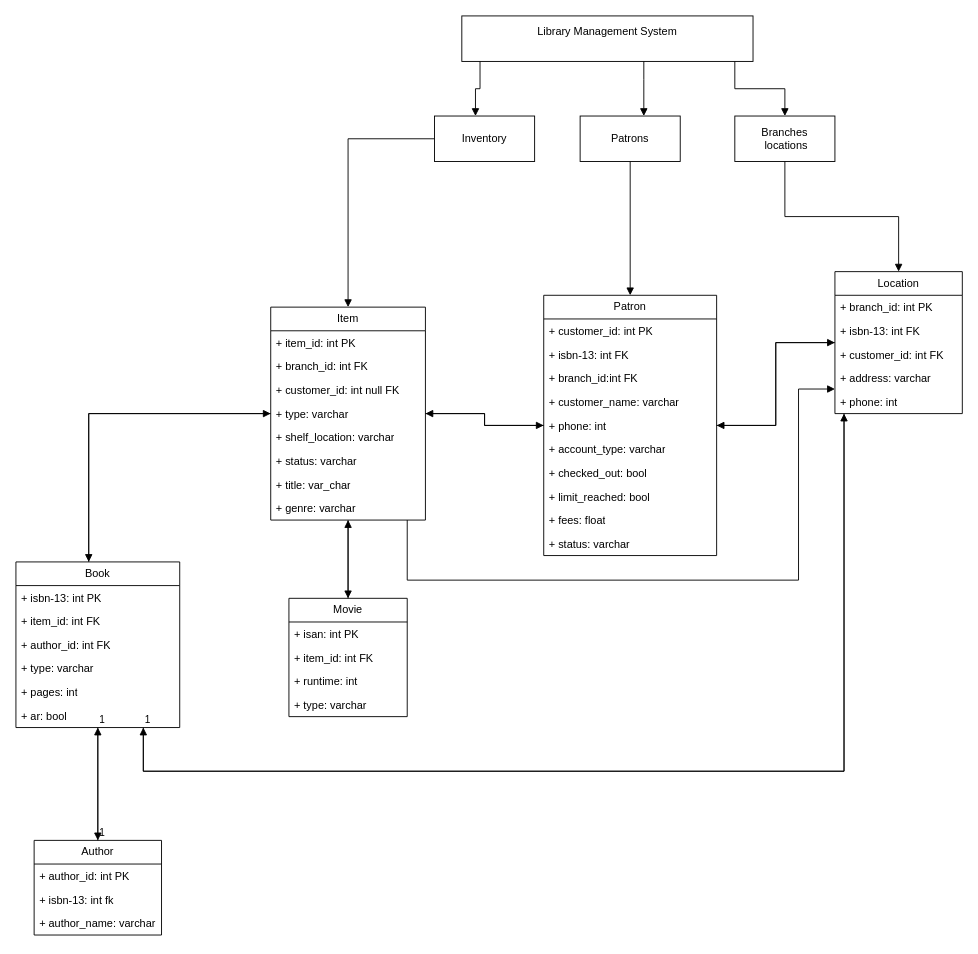
srigdon5/SDEV_220_Final_Project_Group7 keeps this draw.io diagram as Project_class_diagram.drawio. Above is the earlier version. Source tidied: cells renumbered, new cells numbered last; positions are measured from the earlier drawing's top-left corner, leaving out a move shared by most shapes. Both pictures are drawn from the tidied source at 91%, with x=0, y=0 at pixel (15, 15).
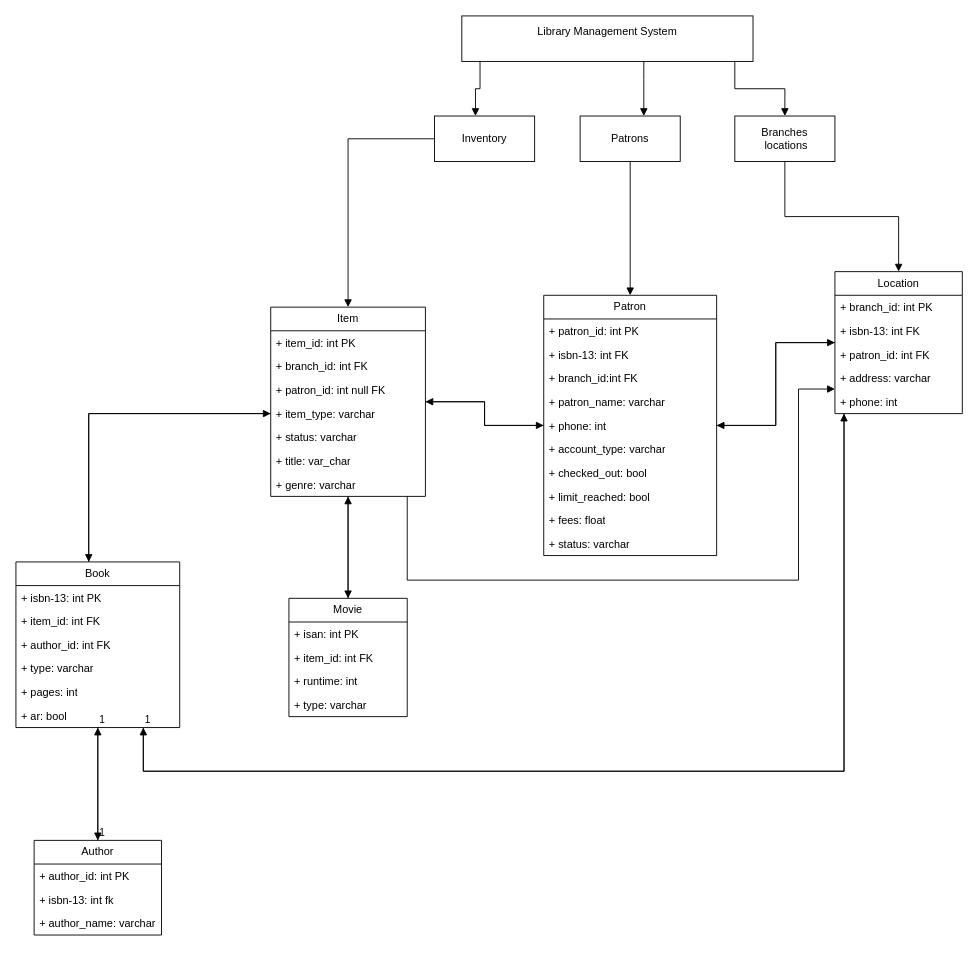
The same page after the edit.

Unchanged cells that the change refers to:
```xml
<mxCell id="17" value="Patron" style="swimlane;fontStyle=0;horizontal=1;startSize=26;fillColor=none;whiteSpace=wrap;html=1;" parent="1" vertex="1">
  <mxGeometry x="580" y="307" width="190" height="286" as="geometry" />
</mxCell>
<mxCell id="33" value="Location" style="swimlane;fontStyle=0;horizontal=1;startSize=26;fillColor=none;whiteSpace=wrap;html=1;" parent="1" vertex="1">
  <mxGeometry x="900" y="281" width="140" height="156" as="geometry" />
</mxCell>
```

Change to the diagram source:
```diff
@@
-    <mxCell id="18" value="+ customer_id: int PK" style="text;strokeColor=none;fillColor=none;align=left;verticalAlign=top;spacingLeft=4;spacingRight=4;overflow=hidden;whiteSpace=wrap;html=1;" parent="17" vertex="1">
+    <mxCell id="18" value="+ patron_id: int PK" style="text;strokeColor=none;fillColor=none;align=left;verticalAlign=top;spacingLeft=4;spacingRight=4;overflow=hidden;whiteSpace=wrap;html=1;" parent="17" vertex="1">
       <mxGeometry y="26" width="190" height="26" as="geometry" />
     </mxCell>
@@
-    <mxCell id="21" value="+ customer_name: varchar" style="text;strokeColor=none;fillColor=none;align=left;verticalAlign=top;spacingLeft=4;spacingRight=4;overflow=hidden;whiteSpace=wrap;html=1;" parent="17" vertex="1">
+    <mxCell id="21" value="+ patron_name: varchar" style="text;strokeColor=none;fillColor=none;align=left;verticalAlign=top;spacingLeft=4;spacingRight=4;overflow=hidden;whiteSpace=wrap;html=1;" parent="17" vertex="1">
       <mxGeometry y="104" width="190" height="26" as="geometry" />
     </mxCell>
@@
-    <mxCell id="36" value="+ customer_id: int FK" style="text;strokeColor=none;fillColor=none;align=left;verticalAlign=top;spacingLeft=4;spacingRight=4;overflow=hidden;whiteSpace=wrap;html=1;" parent="33" vertex="1">
+    <mxCell id="36" value="+ patron_id: int FK" style="text;strokeColor=none;fillColor=none;align=left;verticalAlign=top;spacingLeft=4;spacingRight=4;overflow=hidden;whiteSpace=wrap;html=1;" parent="33" vertex="1">
       <mxGeometry y="78" width="140" height="26" as="geometry" />
     </mxCell>
@@
     <mxCell id="44" value="Item" style="swimlane;fontStyle=0;horizontal=1;startSize=26;fillColor=none;whiteSpace=wrap;html=1;" parent="1" vertex="1">
-      <mxGeometry x="280" y="320" width="170" height="234" as="geometry" />
+      <mxGeometry x="280" y="320" width="170" height="208" as="geometry" />
     </mxCell>
@@
-    <mxCell id="47" value="+ customer_id: int null FK" style="text;strokeColor=none;fillColor=none;align=left;verticalAlign=top;spacingLeft=4;spacingRight=4;overflow=hidden;whiteSpace=wrap;html=1;" parent="44" vertex="1">
+    <mxCell id="47" value="+ patron_id: int null FK" style="text;strokeColor=none;fillColor=none;align=left;verticalAlign=top;spacingLeft=4;spacingRight=4;overflow=hidden;whiteSpace=wrap;html=1;" parent="44" vertex="1">
       <mxGeometry y="78" width="170" height="26" as="geometry" />
     </mxCell>
-    <mxCell id="48" value="+ type: varchar" style="text;strokeColor=none;fillColor=none;align=left;verticalAlign=top;spacingLeft=4;spacingRight=4;overflow=hidden;whiteSpace=wrap;html=1;" parent="44" vertex="1">
+    <mxCell id="48" value="+ item_type: varchar" style="text;strokeColor=none;fillColor=none;align=left;verticalAlign=top;spacingLeft=4;spacingRight=4;overflow=hidden;whiteSpace=wrap;html=1;" parent="44" vertex="1">
       <mxGeometry y="104" width="170" height="26" as="geometry" />
     </mxCell>
-    <mxCell id="49" value="+ shelf_location: varchar" style="text;strokeColor=none;fillColor=none;align=left;verticalAlign=top;spacingLeft=4;spacingRight=4;overflow=hidden;whiteSpace=wrap;html=1;" parent="44" vertex="1">
-      <mxGeometry y="130" width="170" height="26" as="geometry" />
-    </mxCell>
     <mxCell id="50" value="+ status: varchar" style="text;strokeColor=none;fillColor=none;align=left;verticalAlign=top;spacingLeft=4;spacingRight=4;overflow=hidden;whiteSpace=wrap;html=1;" parent="44" vertex="1">
-      <mxGeometry y="156" width="170" height="26" as="geometry" />
+      <mxGeometry y="130" width="170" height="26" as="geometry" />
     </mxCell>
     <mxCell id="51" value="&lt;div&gt;+ title: var_char&lt;br&gt;&lt;/div&gt;" style="text;strokeColor=none;fillColor=none;align=left;verticalAlign=top;spacingLeft=4;spacingRight=4;overflow=hidden;whiteSpace=wrap;html=1;" parent="44" vertex="1">
-      <mxGeometry y="182" width="170" height="26" as="geometry" />
+      <mxGeometry y="156" width="170" height="26" as="geometry" />
     </mxCell>
     <mxCell id="52" value="+ genre: varchar" style="text;strokeColor=none;fillColor=none;align=left;verticalAlign=top;spacingLeft=4;spacingRight=4;overflow=hidden;whiteSpace=wrap;html=1;" parent="44" vertex="1">
-      <mxGeometry y="208" width="170" height="26" as="geometry" />
+      <mxGeometry y="182" width="170" height="26" as="geometry" />
     </mxCell>
```
